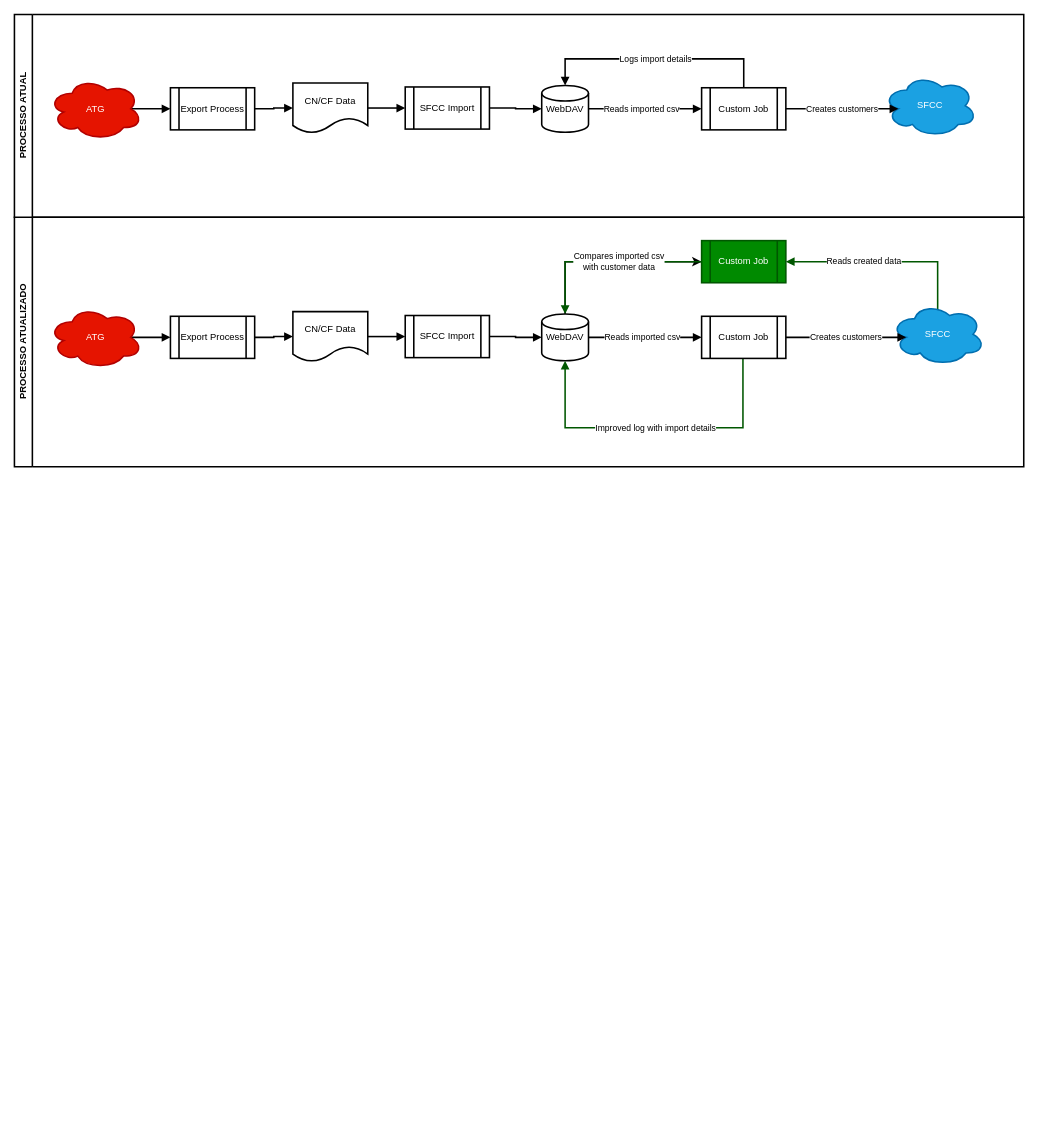
Before: customerImport.drawio in pettll/diagrams, a draw.io diagram. Source tidied: cells renumbered, new cells numbered last; positions are measured from the earlier drawing's top-left corner, leaving out a move shared by most shapes. Both pictures are drawn from the tidied source at 78%, with x=0, y=0 at pixel (14, 14).
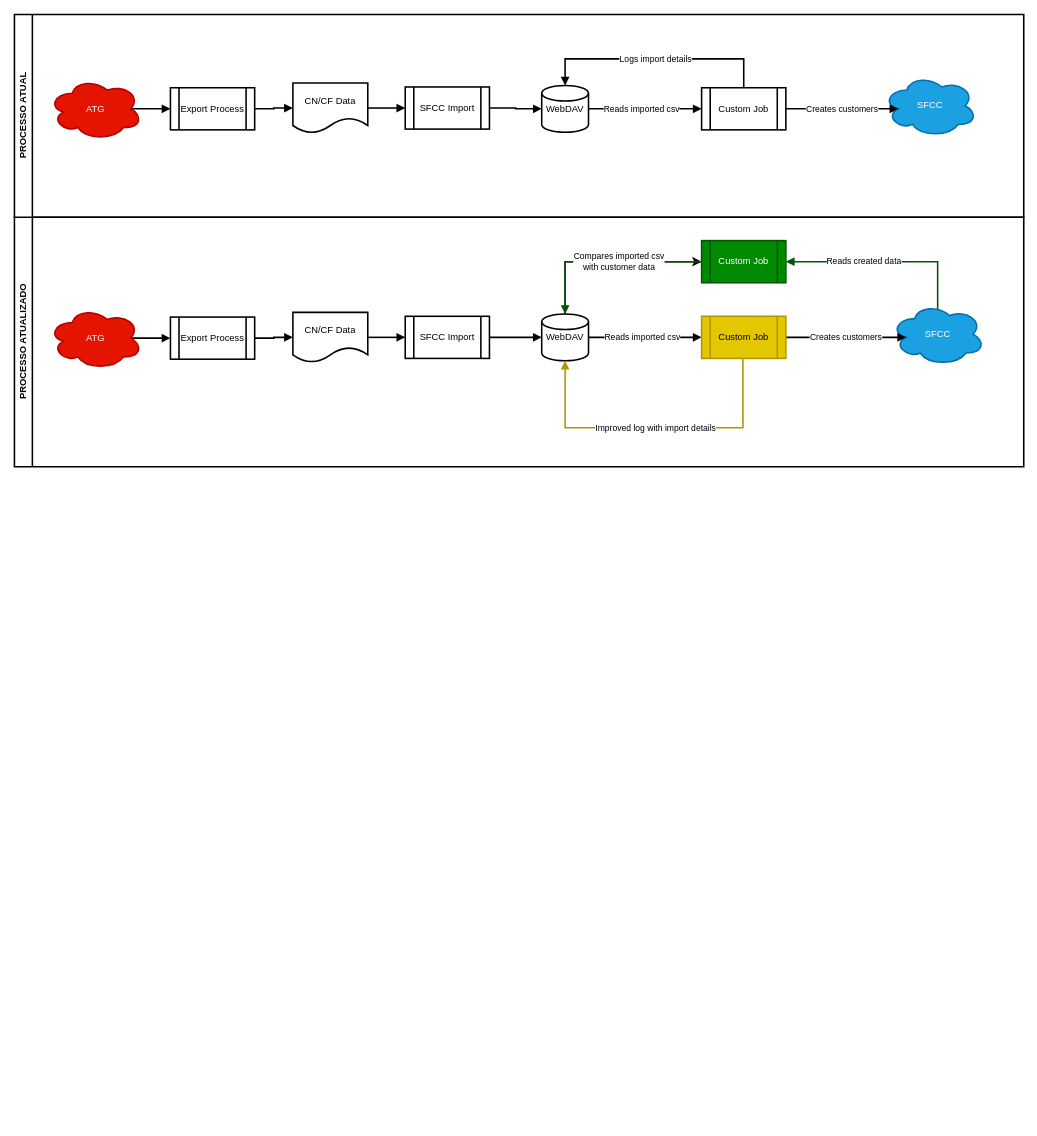
Above is the later version.

Unchanged cells that the change refers to:
```xml
<mxCell id="29" value="WebDAV" style="strokeWidth=2;html=1;shape=mxgraph.flowchart.database;whiteSpace=wrap;" parent="1" vertex="1">
  <mxGeometry x="676" y="384" width="60" height="60" as="geometry" />
</mxCell>
```

Diff of the diagram source:
```diff
@@
     <mxCell id="18" value="ATG" style="ellipse;shape=cloud;whiteSpace=wrap;html=1;fillColor=#e51400;fontColor=#ffffff;strokeColor=#B20000;strokeWidth=2;" parent="1" vertex="1">
-      <mxGeometry x="44" y="374" width="120" height="80" as="geometry" />
+      <mxGeometry x="44" y="375" width="120" height="80" as="geometry" />
     </mxCell>
@@
     <mxCell id="20" value="Export Process" style="shape=process;whiteSpace=wrap;html=1;backgroundOutline=1;strokeWidth=2;" parent="1" vertex="1">
-      <mxGeometry x="200" y="387" width="108" height="54" as="geometry" />
+      <mxGeometry x="200" y="388" width="108" height="54" as="geometry" />
     </mxCell>
@@
     <mxCell id="22" value="CN/CF Data" style="shape=document;whiteSpace=wrap;html=1;boundedLbl=1;strokeWidth=2;" parent="1" vertex="1">
-      <mxGeometry x="357" y="381" width="96" height="64" as="geometry" />
+      <mxGeometry x="357" y="382" width="96" height="64" as="geometry" />
     </mxCell>
@@
     <mxCell id="24" value="SFCC Import" style="shape=process;whiteSpace=wrap;html=1;backgroundOutline=1;strokeWidth=2;" parent="1" vertex="1">
-      <mxGeometry x="501" y="386" width="108" height="54" as="geometry" />
+      <mxGeometry x="501" y="387" width="108" height="54" as="geometry" />
     </mxCell>
@@
-    <mxCell id="31" value="Improved log with import details" style="edgeStyle=orthogonalEdgeStyle;rounded=0;jettySize=auto;html=1;entryX=0.5;entryY=1;entryDx=0;entryDy=0;entryPerimeter=0;strokeWidth=2;exitX=0.5;exitY=1;exitDx=0;exitDy=0;fillColor=#008a00;strokeColor=#005700;endArrow=block;endFill=1;" parent="1" edge="1" source="32" target="29">
+    <mxCell id="31" value="Improved log with import details" style="edgeStyle=orthogonalEdgeStyle;rounded=0;jettySize=auto;html=1;entryX=0.5;entryY=1;entryDx=0;entryDy=0;entryPerimeter=0;strokeWidth=2;exitX=0.5;exitY=1;exitDx=0;exitDy=0;fillColor=#e3c800;strokeColor=#B09500;endArrow=block;endFill=1;" parent="1" edge="1" source="32" target="29">
       <mxGeometry relative="1" as="geometry">
         <Array as="points">
           <mxPoint x="934" y="530" />
           <mxPoint x="706" y="530" />
         </Array>
       </mxGeometry>
     </mxCell>
-    <mxCell id="32" value="Custom Job" style="shape=process;whiteSpace=wrap;html=1;backgroundOutline=1;strokeWidth=2;" parent="1" vertex="1">
+    <mxCell id="32" value="Custom Job" style="shape=process;whiteSpace=wrap;html=1;backgroundOutline=1;strokeWidth=2;fillColor=#e3c800;fontColor=#000000;strokeColor=#B09500;" parent="1" vertex="1">
       <mxGeometry x="881" y="387" width="108" height="54" as="geometry" />
     </mxCell>
```
